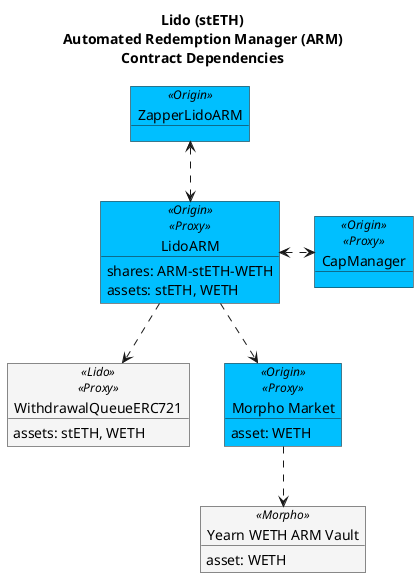
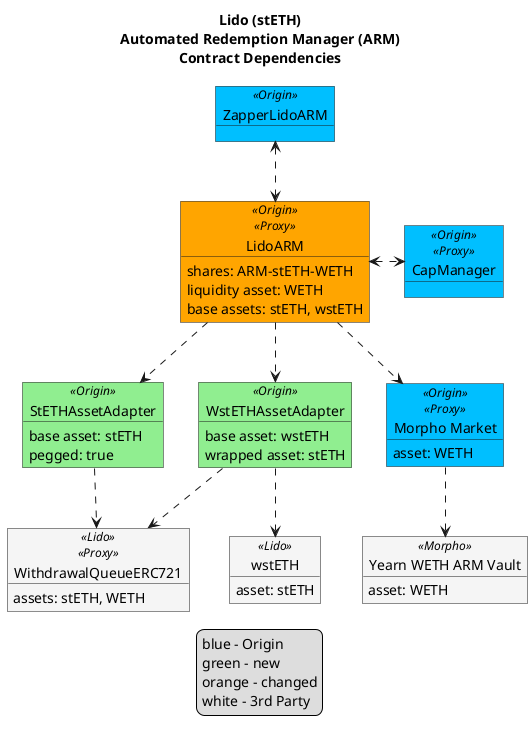
@startuml

!$originColor = DeepSkyBlue
' !$originColor = WhiteSmoke
!$newColor = LightGreen
!$changedColor = Orange
!$thirdPartyColor = WhiteSmoke

- ' legend
- ' blue - Origin
- ' ' green - new
- ' ' orange - changed
- ' white - 3rd Party
- ' end legend
+ legend
+ blue - Origin
+ green - new
+ orange - changed
+ white - 3rd Party
+ end legend

title "Lido (stETH)\nAutomated Redemption Manager (ARM)\nContract Dependencies"


object "ZapperLidoARM" as zap <<Origin>> #$originColor {
}

- object "LidoARM" as arm <<Origin>><<Proxy>> #$originColor {
+ object "LidoARM" as arm <<Origin>><<Proxy>> #$changedColor {
    shares: ARM-stETH-WETH
-     assets: stETH, WETH
+     liquidity asset: WETH
+     base assets: stETH, wstETH
+ }
+ 
+ object "StETHAssetAdapter" as stethAdapter <<Origin>> #$newColor {
+     base asset: stETH
+     pegged: true
+ }
+ 
+ object "WstETHAssetAdapter" as wstethAdapter <<Origin>> #$newColor {
+     base asset: wstETH
+     wrapped asset: stETH
+ }
+ 
+ object "wstETH" as wsteth <<Lido>> #$thirdPartyColor {
+     asset: stETH
}

object "CapManager" as capMan <<Origin>><<Proxy>> #$originColor {
}

object "WithdrawalQueueERC721" as lidoQ <<Lido>><<Proxy>> #$thirdPartyColor {
    assets: stETH, WETH
}

object "Morpho Market" as morphoMarket <<Origin>><<Proxy>> #$originColor {
    asset: WETH
}

object "Yearn WETH ARM Vault" as morpho <<Morpho>> #$thirdPartyColor {
    asset: WETH
}

zap <..> arm
arm <.> capMan
- arm ..> lidoQ
+ arm ..> stethAdapter
+ arm ..> wstethAdapter
+ stethAdapter ..> lidoQ
+ wstethAdapter ..> wsteth
+ wstethAdapter ..> lidoQ
arm ..> morphoMarket
morphoMarket ..> morpho

- @enduml+ @enduml
